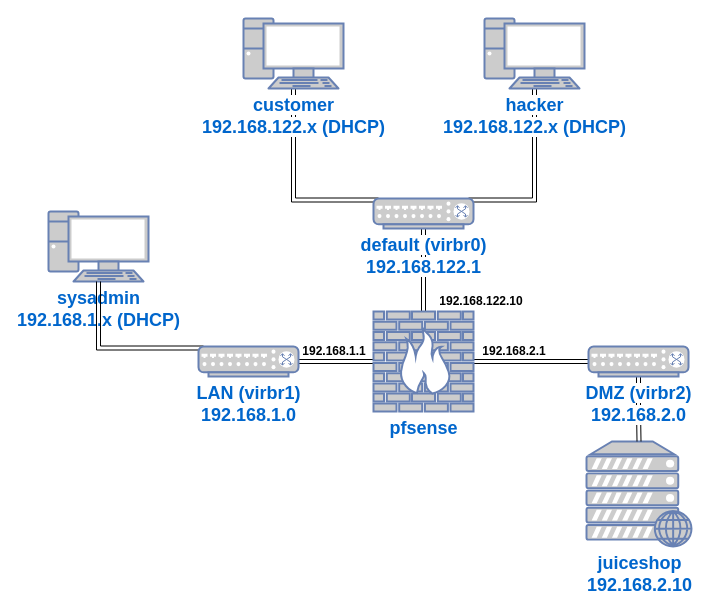
The draw.io diagram content/labs/diagrams/lab-05-pfsense-DMZ.drawio in bsebhat/bsebhat.github.io, before the edit. Source tidied: cells renumbered, new cells numbered last; positions are measured from the earlier drawing's top-left corner, leaving out a move shared by most shapes. Both pictures are drawn from the tidied source at 100%, with x=0, y=0 at pixel (48, 18).
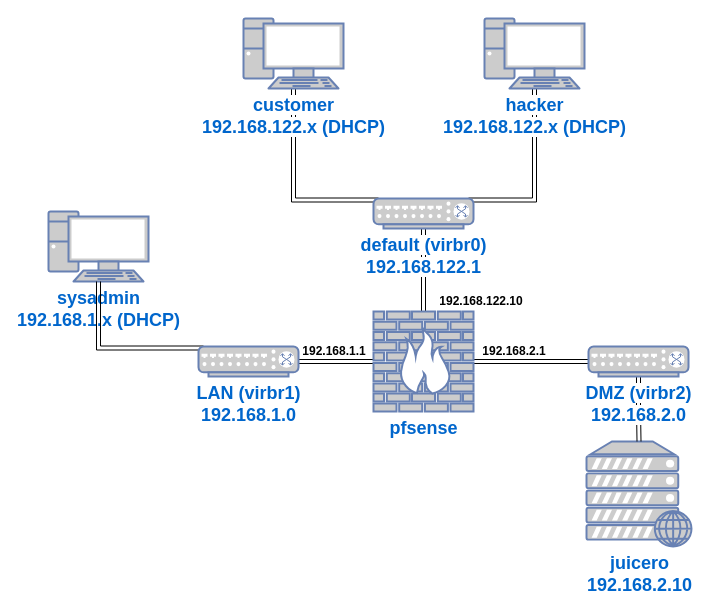
After the change.

What changed in the source:
```diff
@@
 <mxGraphModel>
   <root>
     <mxCell id="0" />
     <mxCell id="1" parent="0" />
     <mxCell id="2" style="edgeStyle=orthogonalEdgeStyle;shape=link;rounded=0;jettySize=auto;html=1;exitX=0.05;exitY=0.05;exitDx=0;exitDy=0;exitPerimeter=0;" parent="1" edge="1" source="5" target="8">
       <mxGeometry relative="1" as="geometry" />
     </mxCell>
     <mxCell id="3" style="edgeStyle=orthogonalEdgeStyle;shape=link;rounded=0;jettySize=auto;html=1;exitX=0.95;exitY=0.05;exitDx=0;exitDy=0;exitPerimeter=0;" parent="1" edge="1" source="5" target="9">
       <mxGeometry relative="1" as="geometry" />
     </mxCell>
     <mxCell id="4" style="edgeStyle=orthogonalEdgeStyle;shape=link;rounded=0;jettySize=auto;html=1;exitX=0.5;exitY=1;exitDx=0;exitDy=0;exitPerimeter=0;" parent="1" edge="1" source="5" target="12">
       <mxGeometry relative="1" as="geometry" />
     </mxCell>
     <mxCell id="5" value="&lt;b style=&quot;border-color: var(--border-color);&quot;&gt;&lt;font style=&quot;border-color: var(--border-color); font-size: 18px; background-color: rgb(255, 255, 255);&quot;&gt;default (virbr0)&lt;br style=&quot;border-color: var(--border-color);&quot;&gt;192.168.122.1&lt;/font&gt;&lt;/b&gt;" style="fontColor=#0066CC;verticalAlign=top;verticalLabelPosition=bottom;labelPosition=center;align=center;html=1;outlineConnect=0;fillColor=#CCCCCC;strokeColor=#6881B3;gradientColor=none;gradientDirection=north;strokeWidth=2;shape=mxgraph.networks.switch;" parent="1" vertex="1">
       <mxGeometry x="325" y="180" width="100" height="30" as="geometry" />
     </mxCell>
-    <mxCell id="6" value="&lt;b style=&quot;border-color: var(--border-color);&quot;&gt;&lt;font style=&quot;border-color: var(--border-color); font-size: 18px;&quot;&gt;juiceshop&lt;br style=&quot;border-color: var(--border-color);&quot;&gt;192.168.2.10&lt;/font&gt;&lt;/b&gt;" style="fontColor=#0066CC;verticalAlign=top;verticalLabelPosition=bottom;labelPosition=center;align=center;html=1;outlineConnect=0;fillColor=#CCCCCC;strokeColor=#6881B3;gradientColor=none;gradientDirection=north;strokeWidth=2;shape=mxgraph.networks.web_server;" parent="1" vertex="1">
+    <mxCell id="6" value="&lt;b style=&quot;border-color: var(--border-color);&quot;&gt;&lt;font style=&quot;border-color: var(--border-color); font-size: 18px;&quot;&gt;juicero&lt;br style=&quot;border-color: var(--border-color);&quot;&gt;192.168.2.10&lt;/font&gt;&lt;/b&gt;" style="fontColor=#0066CC;verticalAlign=top;verticalLabelPosition=bottom;labelPosition=center;align=center;html=1;outlineConnect=0;fillColor=#CCCCCC;strokeColor=#6881B3;gradientColor=none;gradientDirection=north;strokeWidth=2;shape=mxgraph.networks.web_server;" parent="1" vertex="1">
       <mxGeometry x="538" y="423" width="105" height="105" as="geometry" />
     </mxCell>
     <mxCell id="7" value="&lt;b&gt;&lt;font style=&quot;font-size: 18px; background-color: rgb(255, 255, 255);&quot;&gt;sysadmin&lt;br&gt;192.168.1.x (DHCP)&lt;/font&gt;&lt;/b&gt;" style="fontColor=#0066CC;verticalAlign=top;verticalLabelPosition=bottom;labelPosition=center;align=center;html=1;outlineConnect=0;fillColor=#CCCCCC;strokeColor=#6881B3;gradientColor=none;gradientDirection=north;strokeWidth=2;shape=mxgraph.networks.pc;" parent="1" vertex="1">
       <mxGeometry y="193" width="100" height="70" as="geometry" />
     </mxCell>
     <mxCell id="8" value="&lt;b&gt;&lt;font style=&quot;font-size: 18px; background-color: rgb(255, 255, 255);&quot;&gt;customer&lt;br&gt;192.168.122.x (DHCP)&lt;/font&gt;&lt;/b&gt;" style="fontColor=#0066CC;verticalAlign=top;verticalLabelPosition=bottom;labelPosition=center;align=center;html=1;outlineConnect=0;fillColor=#CCCCCC;strokeColor=#6881B3;gradientColor=none;gradientDirection=north;strokeWidth=2;shape=mxgraph.networks.pc;" parent="1" vertex="1">
       <mxGeometry x="195" width="100" height="70" as="geometry" />
     </mxCell>
     <mxCell id="9" value="&lt;b&gt;&lt;font style=&quot;font-size: 18px; background-color: rgb(255, 255, 255);&quot;&gt;hacker&lt;br&gt;192.168.122.x (DHCP)&lt;/font&gt;&lt;/b&gt;" style="fontColor=#0066CC;verticalAlign=top;verticalLabelPosition=bottom;labelPosition=center;align=center;html=1;outlineConnect=0;fillColor=#CCCCCC;strokeColor=#6881B3;gradientColor=none;gradientDirection=north;strokeWidth=2;shape=mxgraph.networks.pc;" parent="1" vertex="1">
       <mxGeometry x="436" width="100" height="70" as="geometry" />
     </mxCell>
     <mxCell id="10" style="edgeStyle=orthogonalEdgeStyle;shape=link;rounded=0;jettySize=auto;html=1;exitX=0;exitY=0.5;exitDx=0;exitDy=0;exitPerimeter=0;" parent="1" edge="1" source="12" target="14">
       <mxGeometry relative="1" as="geometry" />
     </mxCell>
     <mxCell id="11" style="edgeStyle=orthogonalEdgeStyle;shape=link;rounded=0;jettySize=auto;html=1;exitX=1;exitY=0.5;exitDx=0;exitDy=0;exitPerimeter=0;" parent="1" edge="1" source="12" target="18">
       <mxGeometry relative="1" as="geometry" />
     </mxCell>
     <mxCell id="12" value="&lt;b style=&quot;border-color: var(--border-color);&quot;&gt;&lt;font style=&quot;border-color: var(--border-color); font-size: 18px;&quot;&gt;pfsense&lt;br&gt;&lt;/font&gt;&lt;/b&gt;" style="fontColor=#0066CC;verticalAlign=top;verticalLabelPosition=bottom;labelPosition=center;align=center;html=1;outlineConnect=0;fillColor=#CCCCCC;strokeColor=#6881B3;gradientColor=none;gradientDirection=north;strokeWidth=2;shape=mxgraph.networks.firewall;" parent="1" vertex="1">
       <mxGeometry x="325" y="293" width="100" height="100" as="geometry" />
     </mxCell>
     <mxCell id="13" style="edgeStyle=orthogonalEdgeStyle;shape=link;rounded=0;jettySize=auto;html=1;exitX=0.05;exitY=0.05;exitDx=0;exitDy=0;exitPerimeter=0;" parent="1" edge="1" source="14" target="7">
       <mxGeometry relative="1" as="geometry" />
     </mxCell>
     <mxCell id="14" value="&lt;b style=&quot;border-color: var(--border-color);&quot;&gt;&lt;font style=&quot;border-color: var(--border-color); font-size: 18px;&quot;&gt;LAN (virbr1)&lt;br style=&quot;border-color: var(--border-color);&quot;&gt;192.168.1.0&lt;/font&gt;&lt;/b&gt;" style="fontColor=#0066CC;verticalAlign=top;verticalLabelPosition=bottom;labelPosition=center;align=center;html=1;outlineConnect=0;fillColor=#CCCCCC;strokeColor=#6881B3;gradientColor=none;gradientDirection=north;strokeWidth=2;shape=mxgraph.networks.switch;" parent="1" vertex="1">
       <mxGeometry x="150" y="328" width="100" height="30" as="geometry" />
     </mxCell>
     <mxCell id="15" value="&lt;b&gt;192.168.1.1&lt;/b&gt;" style="text;html=1;strokeColor=none;fillColor=none;align=center;verticalAlign=middle;whiteSpace=wrap;rounded=0;" parent="1" vertex="1">
       <mxGeometry x="256" y="318" width="60" height="30" as="geometry" />
     </mxCell>
     <mxCell id="16" value="&lt;b&gt;192.168.122.10&lt;/b&gt;" style="text;html=1;strokeColor=none;fillColor=none;align=center;verticalAlign=middle;whiteSpace=wrap;rounded=0;" parent="1" vertex="1">
       <mxGeometry x="386" y="268" width="94" height="30" as="geometry" />
     </mxCell>
     <mxCell id="17" style="edgeStyle=orthogonalEdgeStyle;shape=link;rounded=0;jettySize=auto;html=1;exitX=0.5;exitY=1;exitDx=0;exitDy=0;exitPerimeter=0;" parent="1" edge="1" source="18" target="6">
       <mxGeometry relative="1" as="geometry" />
     </mxCell>
     <mxCell id="18" value="&lt;b style=&quot;border-color: var(--border-color);&quot;&gt;&lt;font style=&quot;border-color: var(--border-color); font-size: 18px; background-color: rgb(255, 255, 255);&quot;&gt;DMZ (virbr2)&lt;br style=&quot;border-color: var(--border-color);&quot;&gt;192.168.2.0&lt;/font&gt;&lt;/b&gt;" style="fontColor=#0066CC;verticalAlign=top;verticalLabelPosition=bottom;labelPosition=center;align=center;html=1;outlineConnect=0;fillColor=#CCCCCC;strokeColor=#6881B3;gradientColor=none;gradientDirection=north;strokeWidth=2;shape=mxgraph.networks.switch;" parent="1" vertex="1">
       <mxGeometry x="540" y="328" width="100" height="30" as="geometry" />
     </mxCell>
     <mxCell id="19" value="&lt;b&gt;192.168.2.1&lt;/b&gt;" style="text;html=1;strokeColor=none;fillColor=none;align=center;verticalAlign=middle;whiteSpace=wrap;rounded=0;" parent="1" vertex="1">
       <mxGeometry x="436" y="318" width="60" height="30" as="geometry" />
     </mxCell>
   </root>
 </mxGraphModel>
```
